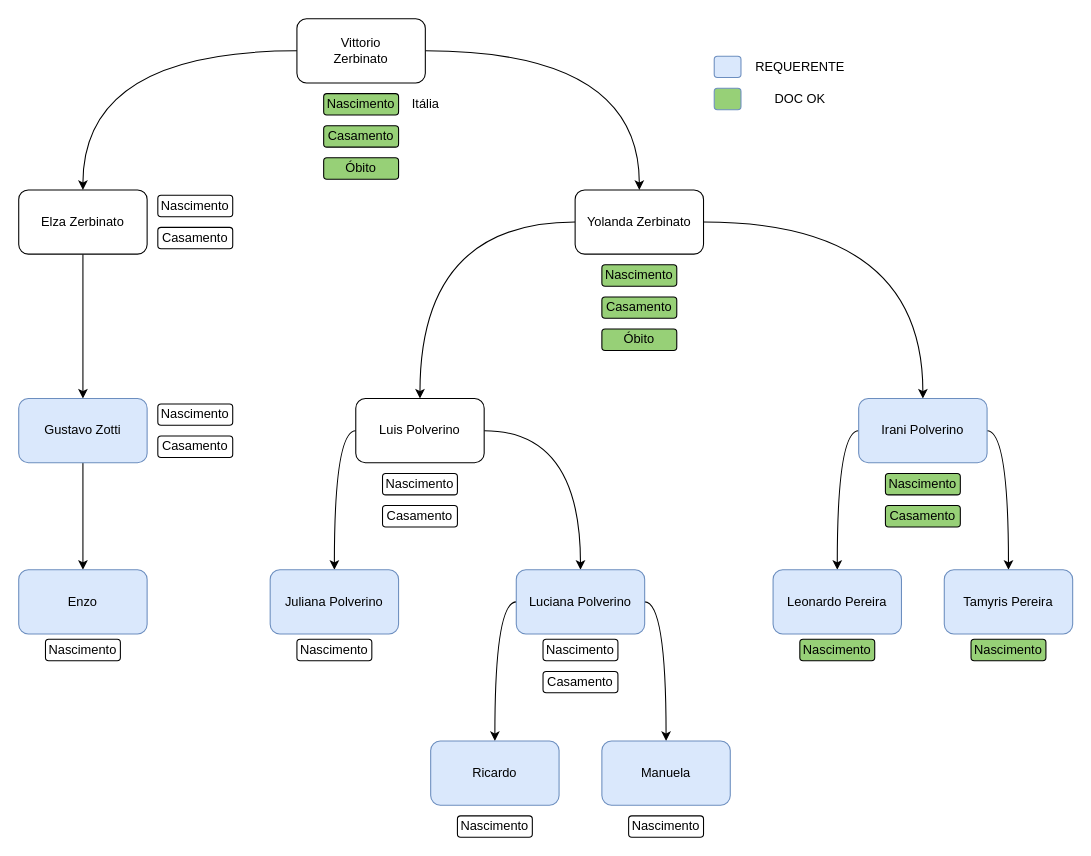
Above: familia.drawio in leo-odilon/draw.io (draw.io), before the change. Source tidied: cells renumbered, new cells numbered last; positions are measured from the earlier drawing's top-left corner, leaving out a move shared by most shapes. Both pictures are drawn from the tidied source at 107%, with x=0, y=0 at pixel (18, 18).
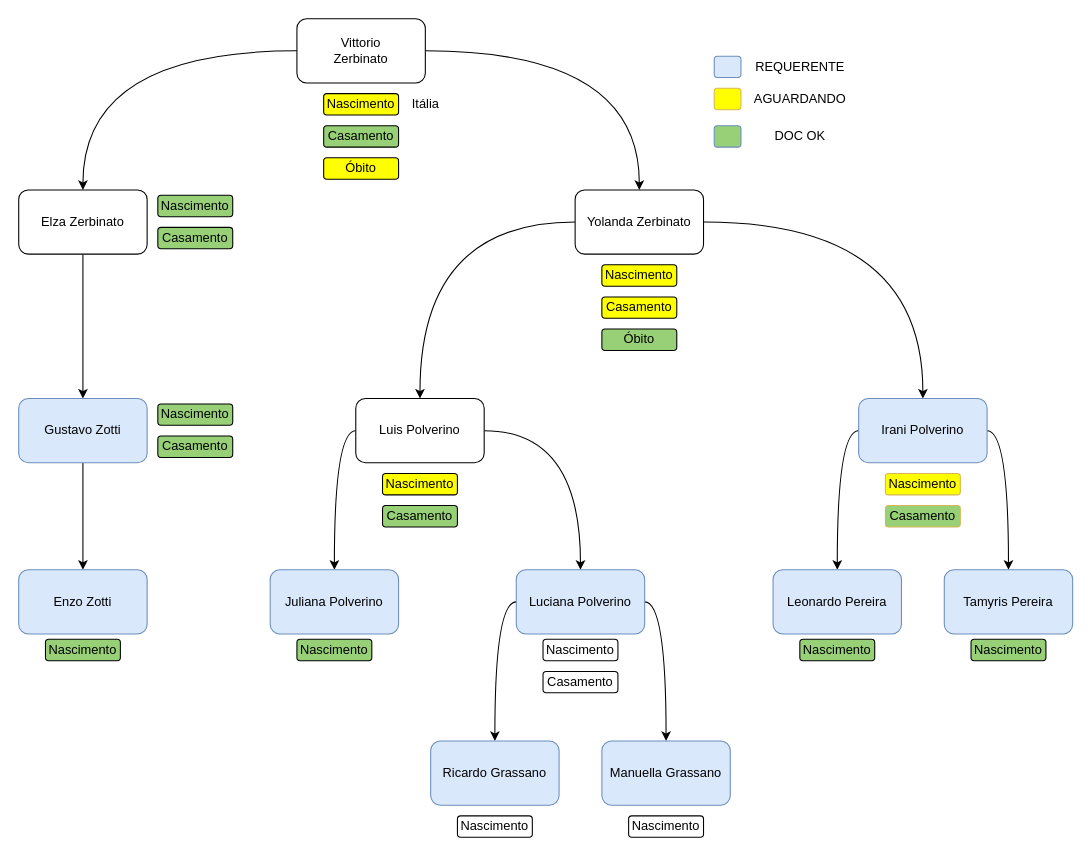
The same diagram, later.

The edit, as a diff of the source:
```diff
@@
-    <mxCell id="24" value="Enzo" style="whiteSpace=wrap;html=1;rounded=1;fillColor=#dae8fc;strokeColor=#6c8ebf;" parent="1" vertex="1">
+    <mxCell id="24" value="Enzo Zotti" style="whiteSpace=wrap;html=1;rounded=1;fillColor=#dae8fc;strokeColor=#6c8ebf;" parent="1" vertex="1">
       <mxGeometry y="515" width="120" height="60" as="geometry" />
     </mxCell>
-    <mxCell id="25" value="Manuela" style="whiteSpace=wrap;html=1;rounded=1;strokeColor=#6c8ebf;align=center;verticalAlign=middle;fontFamily=Helvetica;fontSize=12;fillColor=#dae8fc;" parent="1" vertex="1">
+    <mxCell id="25" value="Manuella&amp;nbsp;Grassano" style="whiteSpace=wrap;html=1;rounded=1;strokeColor=#6c8ebf;align=center;verticalAlign=middle;fontFamily=Helvetica;fontSize=12;fillColor=#dae8fc;" parent="1" vertex="1">
       <mxGeometry x="545" y="675" width="120" height="60" as="geometry" />
     </mxCell>
-    <mxCell id="26" value="Ricardo" style="whiteSpace=wrap;html=1;rounded=1;strokeColor=#6c8ebf;align=center;verticalAlign=middle;fontFamily=Helvetica;fontSize=12;fillColor=#dae8fc;" parent="1" vertex="1">
+    <mxCell id="26" value="Ricardo&amp;nbsp;Grassano" style="whiteSpace=wrap;html=1;rounded=1;strokeColor=#6c8ebf;align=center;verticalAlign=middle;fontFamily=Helvetica;fontSize=12;fillColor=#dae8fc;" parent="1" vertex="1">
       <mxGeometry x="385" y="675" width="120" height="60" as="geometry" />
     </mxCell>
-    <mxCell id="27" value="Nascimento" style="rounded=1;whiteSpace=wrap;html=1;fillColor=#97D077;" parent="1" vertex="1">
+    <mxCell id="27" value="Nascimento" style="rounded=1;whiteSpace=wrap;html=1;fillColor=#FFFF00;" parent="1" vertex="1">
       <mxGeometry x="285" y="70" width="70" height="20" as="geometry" />
     </mxCell>
@@
-    <mxCell id="29" value="Óbito" style="rounded=1;whiteSpace=wrap;html=1;fillColor=#97D077;" parent="1" vertex="1">
+    <mxCell id="29" value="Óbito" style="rounded=1;whiteSpace=wrap;html=1;fillColor=#FFFF00;" parent="1" vertex="1">
       <mxGeometry x="285" y="130" width="70" height="20" as="geometry" />
     </mxCell>
-    <mxCell id="30" value="Nascimento" style="rounded=1;whiteSpace=wrap;html=1;fillColor=#97D077;" parent="1" vertex="1">
+    <mxCell id="30" value="Nascimento" style="rounded=1;whiteSpace=wrap;html=1;fillColor=#FFFF00;" parent="1" vertex="1">
       <mxGeometry x="545" y="230" width="70" height="20" as="geometry" />
     </mxCell>
-    <mxCell id="31" value="Casamento" style="rounded=1;whiteSpace=wrap;html=1;fillColor=#97D077;" parent="1" vertex="1">
+    <mxCell id="31" value="Casamento" style="rounded=1;whiteSpace=wrap;html=1;fillColor=#FFFF00;" parent="1" vertex="1">
       <mxGeometry x="545" y="260" width="70" height="20" as="geometry" />
     </mxCell>
@@
-    <mxCell id="37" value="Nascimento" style="rounded=1;whiteSpace=wrap;html=1;" parent="1" vertex="1">
+    <mxCell id="37" value="Nascimento" style="rounded=1;whiteSpace=wrap;html=1;fillColor=#97D077;" parent="1" vertex="1">
       <mxGeometry x="260" y="580" width="70" height="20" as="geometry" />
     </mxCell>
-    <mxCell id="38" value="Nascimento" style="rounded=1;whiteSpace=wrap;html=1;" parent="1" vertex="1">
+    <mxCell id="38" value="Nascimento" style="rounded=1;whiteSpace=wrap;html=1;fillColor=#97D077;" parent="1" vertex="1">
       <mxGeometry x="25" y="580" width="70" height="20" as="geometry" />
     </mxCell>
-    <mxCell id="39" value="Nascimento" style="rounded=1;whiteSpace=wrap;html=1;fillColor=#97D077;" parent="1" vertex="1">
+    <mxCell id="39" value="Nascimento" style="rounded=1;whiteSpace=wrap;html=1;fillColor=#FFFF00;strokeColor=#d6b656;" parent="1" vertex="1">
       <mxGeometry x="810" y="425" width="70" height="20" as="geometry" />
     </mxCell>
-    <mxCell id="40" value="Casamento" style="rounded=1;whiteSpace=wrap;html=1;fillColor=#97D077;" parent="1" vertex="1">
+    <mxCell id="40" value="Casamento" style="rounded=1;whiteSpace=wrap;html=1;fillColor=#97D077;strokeColor=#d6b656;" parent="1" vertex="1">
       <mxGeometry x="810" y="455" width="70" height="20" as="geometry" />
     </mxCell>
-    <mxCell id="41" value="Nascimento" style="rounded=1;whiteSpace=wrap;html=1;" parent="1" vertex="1">
+    <mxCell id="41" value="Nascimento" style="rounded=1;whiteSpace=wrap;html=1;fillColor=#FFFF00;" parent="1" vertex="1">
       <mxGeometry x="340" y="425" width="70" height="20" as="geometry" />
     </mxCell>
-    <mxCell id="42" value="Casamento" style="rounded=1;whiteSpace=wrap;html=1;" parent="1" vertex="1">
+    <mxCell id="42" value="Casamento" style="rounded=1;whiteSpace=wrap;html=1;fillColor=#97D077;" parent="1" vertex="1">
       <mxGeometry x="340" y="455" width="70" height="20" as="geometry" />
     </mxCell>
@@
-    <mxCell id="45" value="Nascimento" style="rounded=1;whiteSpace=wrap;html=1;" parent="1" vertex="1">
+    <mxCell id="45" value="Nascimento" style="rounded=1;whiteSpace=wrap;html=1;fillColor=#97D077;" parent="1" vertex="1">
       <mxGeometry x="130" y="165" width="70" height="20" as="geometry" />
     </mxCell>
-    <mxCell id="46" value="Casamento" style="rounded=1;whiteSpace=wrap;html=1;" parent="1" vertex="1">
+    <mxCell id="46" value="Casamento" style="rounded=1;whiteSpace=wrap;html=1;fillColor=#97D077;" parent="1" vertex="1">
       <mxGeometry x="130" y="195" width="70" height="20" as="geometry" />
     </mxCell>
-    <mxCell id="47" value="Nascimento" style="rounded=1;whiteSpace=wrap;html=1;" parent="1" vertex="1">
+    <mxCell id="47" value="Nascimento" style="rounded=1;whiteSpace=wrap;html=1;fillColor=#97D077;" parent="1" vertex="1">
       <mxGeometry x="130" y="360" width="70" height="20" as="geometry" />
     </mxCell>
-    <mxCell id="48" value="Casamento" style="rounded=1;whiteSpace=wrap;html=1;" parent="1" vertex="1">
+    <mxCell id="48" value="Casamento" style="rounded=1;whiteSpace=wrap;html=1;fillColor=#97D077;" parent="1" vertex="1">
       <mxGeometry x="130" y="390" width="70" height="20" as="geometry" />
     </mxCell>
@@
-    <mxCell id="52" style="whiteSpace=wrap;html=1;rounded=1;strokeColor=#6c8ebf;align=center;verticalAlign=middle;fontFamily=Helvetica;fontSize=12;fillColor=#97D077;fontColor=default;" parent="1" vertex="1">
+    <mxCell id="52" style="whiteSpace=wrap;html=1;rounded=1;strokeColor=#d6b656;align=center;verticalAlign=middle;fontFamily=Helvetica;fontSize=12;fillColor=#FFFF00;" parent="1" vertex="1">
       <mxGeometry x="650" y="65" width="25" height="20" as="geometry" />
     </mxCell>
-    <mxCell id="53" value="DOC OK" style="text;html=1;align=center;verticalAlign=middle;strokeColor=none;fillColor=none;" parent="1" vertex="1">
-      <mxGeometry x="695" y="60" width="70" height="30" as="geometry" />
+    <mxCell id="53" value="AGUARDANDO" style="text;html=1;align=center;verticalAlign=middle;strokeColor=none;fillColor=none;" parent="1" vertex="1">
+      <mxGeometry x="675" y="60" width="110" height="30" as="geometry" />
     </mxCell>
+    <mxCell id="54" style="whiteSpace=wrap;html=1;rounded=1;strokeColor=#6c8ebf;align=center;verticalAlign=middle;fontFamily=Helvetica;fontSize=12;fillColor=#97D077;fontColor=default;" parent="1" vertex="1">
+      <mxGeometry x="650" y="100" width="25" height="20" as="geometry" />
+    </mxCell>
+    <mxCell id="55" value="DOC OK" style="text;html=1;align=center;verticalAlign=middle;strokeColor=none;fillColor=none;" parent="1" vertex="1">
+      <mxGeometry x="695" y="95" width="70" height="30" as="geometry" />
+    </mxCell>
```
